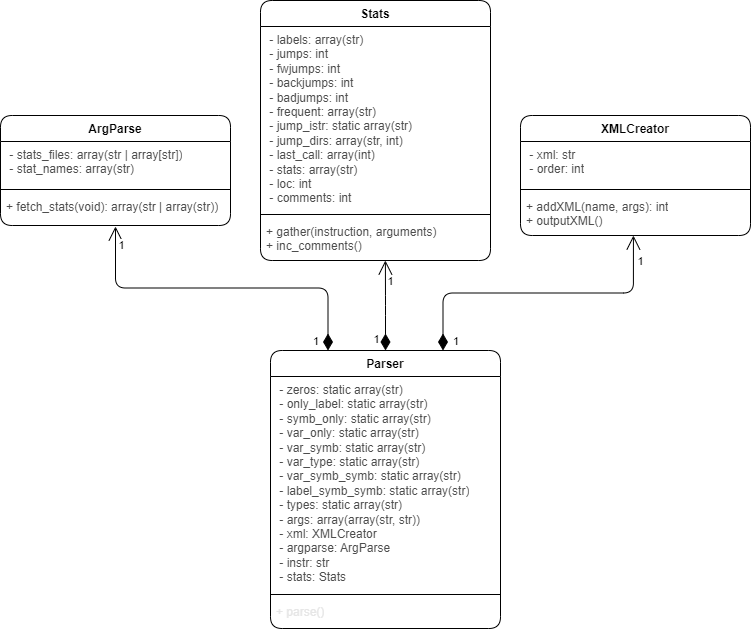
Above: IPP1_UML.drawio.png in jkalend/VUT-IPP (draw.io), before the change. Source tidied: cells renumbered, new cells last; positions are measured from the earlier drawing's top-left corner, leaving out a move shared by most shapes.
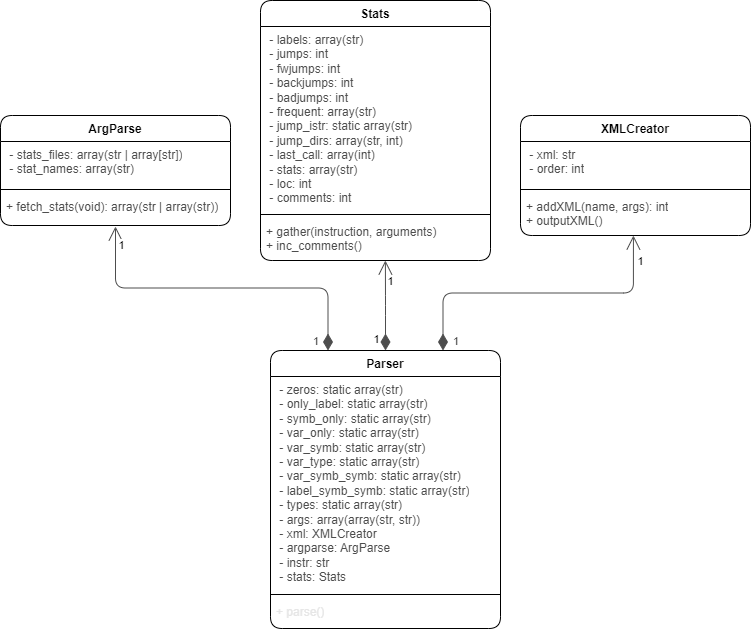
The same diagram one commit later.

Commit message:
updated diagram once again, fixed usage line break

Change to the diagram source:
```diff
@@ -50,7 +50,7 @@
     <mxCell id="17" value="+ parse()" style="text;strokeColor=none;fillColor=none;align=left;verticalAlign=top;spacingLeft=4;spacingRight=4;overflow=hidden;whiteSpace=wrap;html=1;fontColor=#E6E6E6;rounded=1;" parent="14" vertex="1">
       <mxGeometry y="248" width="230" height="30" as="geometry" />
     </mxCell>
-    <mxCell id="18" style="endArrow=open;html=1;endSize=12;startArrow=diamondThin;startSize=14;startFill=1;edgeStyle=orthogonalEdgeStyle;align=left;verticalAlign=bottom;rounded=1;exitX=0.5;exitY=0;exitDx=0;exitDy=0;entryX=0.543;entryY=1;entryDx=0;entryDy=0;entryPerimeter=0;" parent="1" edge="1" source="14" target="13">
+    <mxCell id="18" style="endArrow=open;html=1;endSize=12;startArrow=diamondThin;startSize=14;startFill=1;edgeStyle=orthogonalEdgeStyle;align=left;verticalAlign=bottom;rounded=1;exitX=0.5;exitY=0;exitDx=0;exitDy=0;entryX=0.543;entryY=1;entryDx=0;entryDy=0;entryPerimeter=0;fontColor=#4D4D4D;strokeColor=#4D4D4D;" parent="1" edge="1" source="14" target="13">
       <mxGeometry x="-0.78" y="25" relative="1" as="geometry" />
     </mxCell>
     <mxCell id="19" value="1" style="edgeLabel;html=1;align=center;verticalAlign=middle;rounded=1;" parent="18" vertex="1">
@@ -63,7 +63,7 @@
         <mxPoint x="4" y="8" as="offset" />
       </mxGeometry>
     </mxCell>
-    <mxCell id="21" value="1" style="endArrow=open;html=1;endSize=12;startArrow=diamondThin;startSize=14;startFill=1;edgeStyle=orthogonalEdgeStyle;align=left;verticalAlign=bottom;rounded=1;exitX=0.75;exitY=0;exitDx=0;exitDy=0;entryX=0.491;entryY=1;entryDx=0;entryDy=0;entryPerimeter=0;" parent="1" edge="1" source="14" target="9">
+    <mxCell id="21" value="1" style="endArrow=open;html=1;endSize=12;startArrow=diamondThin;startSize=14;startFill=1;edgeStyle=orthogonalEdgeStyle;align=left;verticalAlign=bottom;rounded=1;exitX=0.75;exitY=0;exitDx=0;exitDy=0;entryX=0.491;entryY=1;entryDx=0;entryDy=0;entryPerimeter=0;fontColor=#4D4D4D;strokeColor=#4D4D4D;" parent="1" edge="1" source="14" target="9">
       <mxGeometry x="-1" y="-7" relative="1" as="geometry">
         <mxPoint x="1" as="offset" />
       </mxGeometry>
@@ -73,7 +73,7 @@
         <mxPoint x="6" y="11" as="offset" />
       </mxGeometry>
     </mxCell>
-    <mxCell id="23" value="1" style="endArrow=open;html=1;endSize=12;startArrow=diamondThin;startSize=14;startFill=1;edgeStyle=orthogonalEdgeStyle;align=left;verticalAlign=bottom;rounded=1;exitX=0.25;exitY=0;exitDx=0;exitDy=0;entryX=0.5;entryY=1.031;entryDx=0;entryDy=0;entryPerimeter=0;" parent="1" edge="1" source="14" target="5">
+    <mxCell id="23" value="1" style="endArrow=open;html=1;endSize=12;startArrow=diamondThin;startSize=14;startFill=1;edgeStyle=orthogonalEdgeStyle;align=left;verticalAlign=bottom;rounded=1;exitX=0.25;exitY=0;exitDx=0;exitDy=0;entryX=0.5;entryY=1.031;entryDx=0;entryDy=0;entryPerimeter=0;fontColor=#4D4D4D;strokeColor=#4D4D4D;" parent="1" edge="1" source="14" target="5">
       <mxGeometry x="-1" y="18" relative="1" as="geometry">
         <mxPoint x="1" as="offset" />
       </mxGeometry>
```
